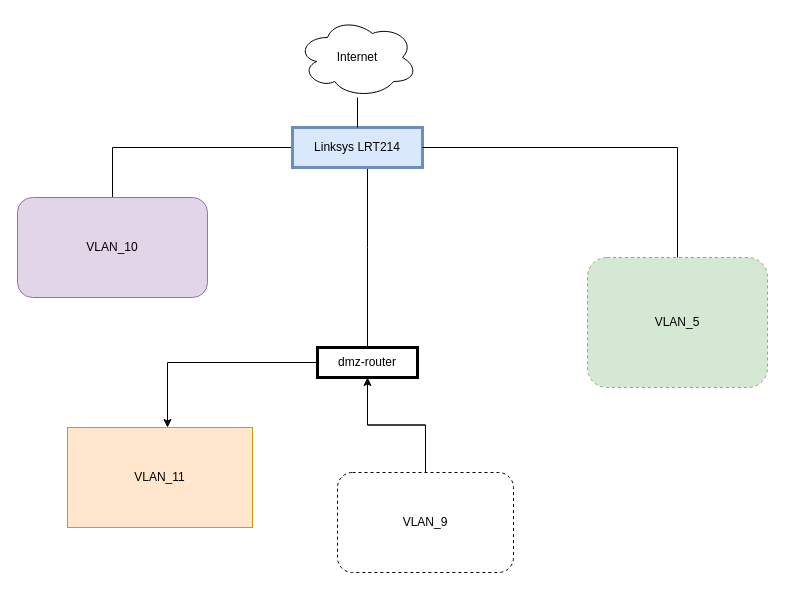
Above: Experiments.drawio in jakobum/draw.io (draw.io), before the change. Source tidied: cells renumbered, new cells numbered last; positions are measured from the earlier drawing's top-left corner, leaving out a move shared by most shapes. Both pictures are drawn from the tidied source at 100%, with x=0, y=0 at pixel (17, 17).
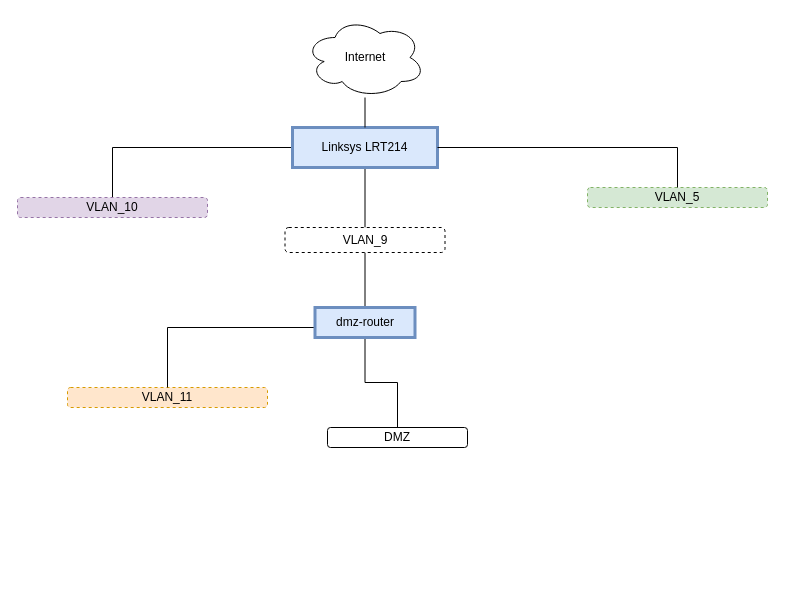
The same diagram, later.

Diff of the diagram source:
```diff
@@
     <mxCell id="2" value="&lt;div&gt;Internet&lt;/div&gt;" style="ellipse;shape=cloud;whiteSpace=wrap;html=1;" parent="1" vertex="1">
-      <mxGeometry x="280" width="120" height="80" as="geometry" />
+      <mxGeometry x="287.5" width="120" height="80" as="geometry" />
     </mxCell>
@@
-    <mxCell id="4" style="edgeStyle=orthogonalEdgeStyle;rounded=0;jettySize=auto;html=1;endArrow=none;endFill=0;" parent="1" edge="1" source="5" target="15">
-      <mxGeometry relative="1" as="geometry">
-        <Array as="points">
-          <mxPoint x="350" y="230" />
-          <mxPoint x="350" y="230" />
-        </Array>
-      </mxGeometry>
-    </mxCell>
+    <mxCell id="16" style="edgeStyle=orthogonalEdgeStyle;rounded=0;jettySize=auto;html=1;endArrow=none;endFill=0;" parent="1" edge="1" source="5" target="12">
+      <mxGeometry relative="1" as="geometry" />
+    </mxCell>
     <mxCell id="5" value="Linksys&amp;nbsp;LRT214" style="rounded=0;whiteSpace=wrap;html=1;fillColor=#dae8fc;strokeColor=#6c8ebf;strokeWidth=3;" parent="1" vertex="1">
-      <mxGeometry x="275" y="110" width="130" height="40" as="geometry" />
+      <mxGeometry x="275" y="110" width="145" height="40" as="geometry" />
     </mxCell>
@@
     <mxCell id="7" value="&lt;div&gt;VLAN_5&lt;/div&gt;" style="rounded=1;whiteSpace=wrap;html=1;fillColor=#d5e8d4;strokeColor=#82b366;dashed=1;" parent="1" vertex="1">
-      <mxGeometry x="570" y="240" width="180" height="130" as="geometry" />
+      <mxGeometry x="570" y="170" width="180" height="20" as="geometry" />
     </mxCell>
@@
-    <mxCell id="9" value="VLAN_10" style="rounded=1;whiteSpace=wrap;html=1;fillColor=#e1d5e7;strokeColor=#9673a6;gradientColor=none;" parent="1" vertex="1">
-      <mxGeometry y="180" width="190" height="100" as="geometry" />
+    <mxCell id="9" value="VLAN_10" style="rounded=1;whiteSpace=wrap;html=1;fillColor=#e1d5e7;strokeColor=#9673a6;gradientColor=none;dashed=1;" parent="1" vertex="1">
+      <mxGeometry y="180" width="190" height="20" as="geometry" />
     </mxCell>
-    <mxCell id="10" value="VLAN_11" style="rounded=0;whiteSpace=wrap;html=1;fillColor=#ffe6cc;strokeColor=#d79b00;" parent="1" vertex="1">
-      <mxGeometry x="50" y="410" width="185" height="100" as="geometry" />
+    <mxCell id="10" value="VLAN_11" style="rounded=1;whiteSpace=wrap;html=1;fillColor=#ffe6cc;strokeColor=#d79b00;dashed=1;" parent="1" vertex="1">
+      <mxGeometry x="50" y="370" width="200" height="20" as="geometry" />
     </mxCell>
-    <mxCell id="11" style="edgeStyle=orthogonalEdgeStyle;rounded=0;jettySize=auto;html=1;" parent="1" edge="1" source="12" target="15">
+    <mxCell id="11" style="edgeStyle=orthogonalEdgeStyle;rounded=0;jettySize=auto;html=1;endArrow=none;endFill=0;" parent="1" edge="1" source="12" target="15">
       <mxGeometry relative="1" as="geometry" />
     </mxCell>
     <mxCell id="12" value="VLAN_9" style="rounded=1;whiteSpace=wrap;html=1;dashed=1;" parent="1" vertex="1">
-      <mxGeometry x="320" y="455" width="176" height="100" as="geometry" />
+      <mxGeometry x="267.5" y="210" width="160" height="25" as="geometry" />
     </mxCell>
-    <mxCell id="13" style="edgeStyle=orthogonalEdgeStyle;rounded=0;jettySize=auto;html=1;endArrow=none;endFill=0;" parent="1" edge="1" source="15" target="12">
-      <mxGeometry relative="1" as="geometry" />
-    </mxCell>
-    <mxCell id="14" style="edgeStyle=orthogonalEdgeStyle;rounded=0;jettySize=auto;html=1;" parent="1" edge="1" source="15" target="10">
+    <mxCell id="14" style="edgeStyle=orthogonalEdgeStyle;rounded=0;jettySize=auto;html=1;endArrow=none;endFill=0;" parent="1" edge="1" source="15" target="10">
       <mxGeometry relative="1" as="geometry">
         <Array as="points">
-          <mxPoint x="150" y="345" />
+          <mxPoint x="150" y="310" />
         </Array>
       </mxGeometry>
     </mxCell>
+    <mxCell id="17" style="edgeStyle=orthogonalEdgeStyle;rounded=0;jettySize=auto;html=1;endArrow=none;endFill=0;" parent="1" edge="1" source="15" target="18">
+      <mxGeometry relative="1" as="geometry" />
+    </mxCell>
-    <mxCell id="15" value="dmz-router" style="rounded=0;whiteSpace=wrap;html=1;strokeWidth=3;" parent="1" vertex="1">
-      <mxGeometry x="300" y="330" width="100" height="30" as="geometry" />
+    <mxCell id="15" value="dmz-router" style="rounded=0;whiteSpace=wrap;html=1;strokeWidth=3;fillColor=#dae8fc;strokeColor=#6c8ebf;" parent="1" vertex="1">
+      <mxGeometry x="297.5" y="290" width="100" height="30" as="geometry" />
     </mxCell>
+    <mxCell id="18" value="DMZ" style="rounded=1;whiteSpace=wrap;html=1;" parent="1" vertex="1">
+      <mxGeometry x="310" y="410" width="140" height="20" as="geometry" />
+    </mxCell>
```
